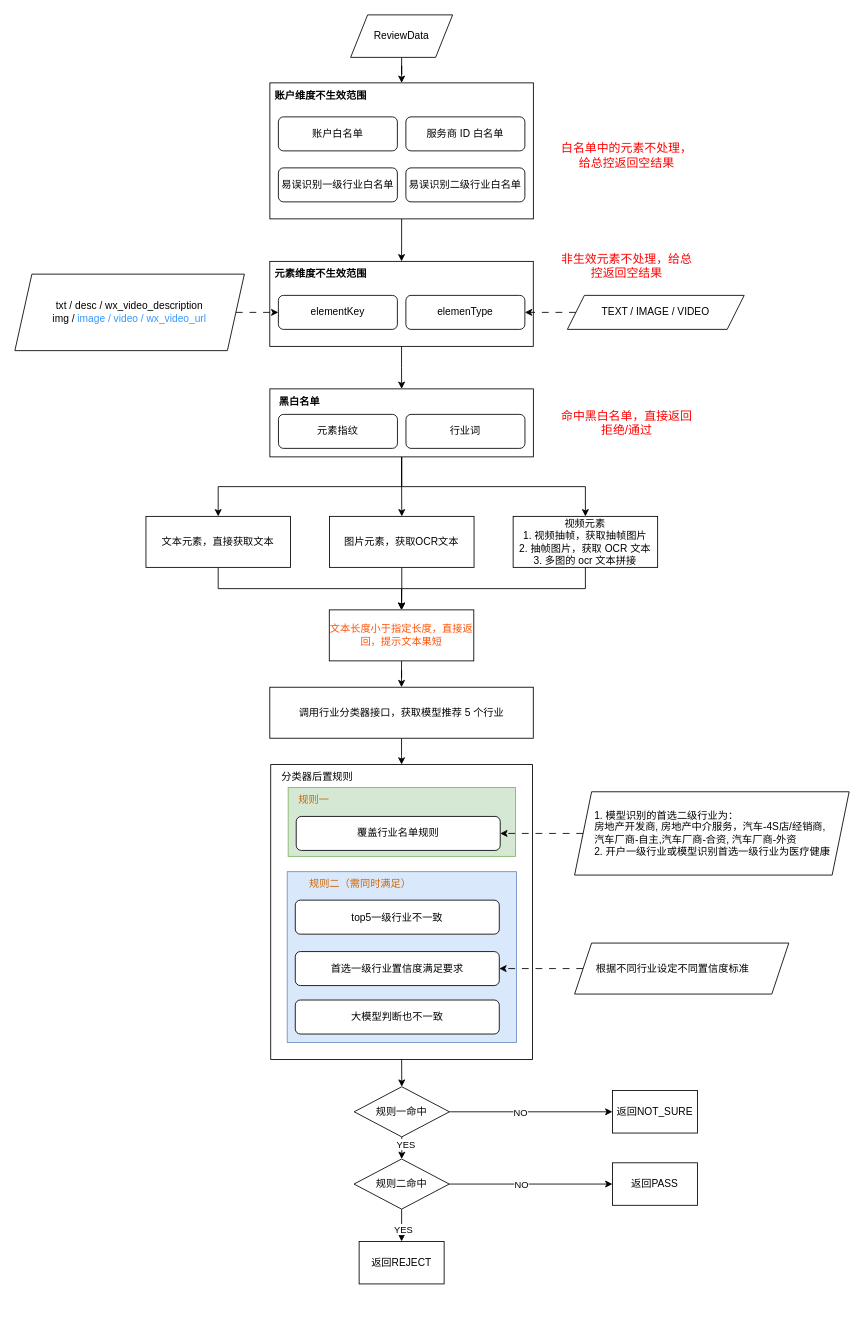
IntronCheng/mydraw keeps this draw.io diagram as review/行业一致性适配3.0-V2.drawio. Above is the earlier version. Source tidied: cells renumbered, new cells numbered last; positions are measured from the earlier drawing's top-left corner, leaving out a move shared by most shapes. Both pictures are drawn from the tidied source at 85%, with x=0, y=0 at pixel (14, 14).
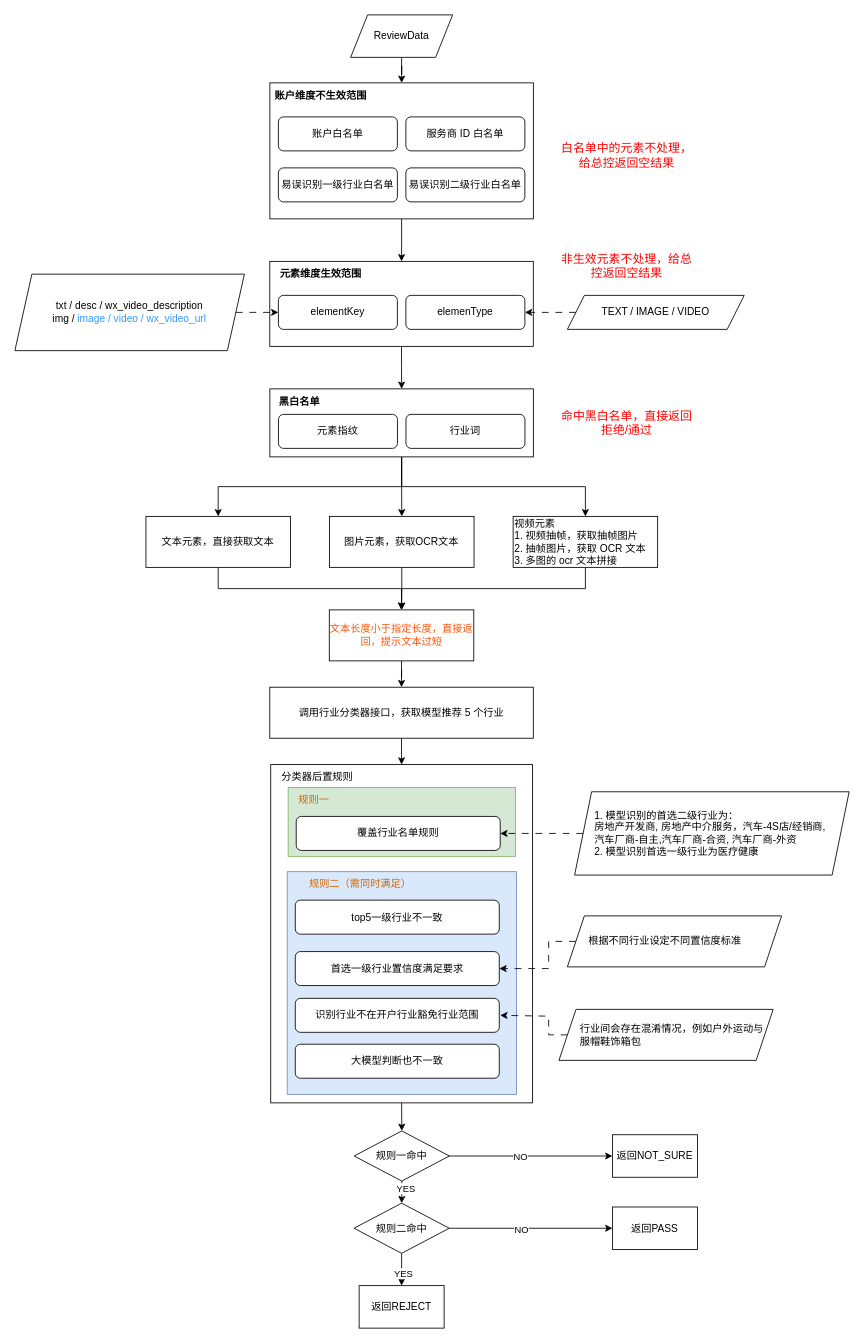
After the change.

Commit message:
更新行业一致性适配3.0-V2.drawio

The change refers to these unchanged cells:
```xml
<mxCell id="23" value="首选一级行业置信度满足要求" style="rounded=1;whiteSpace=wrap;html=1;" parent="1" vertex="1">
  <mxGeometry x="329.9" y="1102" width="240" height="40" as="geometry" />
</mxCell>
```

Change to the diagram source:
```diff
@@
     <mxCell id="13" style="edgeStyle=orthogonalEdgeStyle;rounded=0;jettySize=auto;html=1;exitX=0.5;exitY=1;exitDx=0;exitDy=0;entryX=0.5;entryY=0;entryDx=0;entryDy=0;" parent="1" edge="1" target="34">
       <mxGeometry relative="1" as="geometry">
-        <mxPoint x="455" y="1228" as="sourcePoint" />
+        <mxPoint x="455" y="1280" as="sourcePoint" />
       </mxGeometry>
     </mxCell>
     <mxCell id="14" style="rounded=0;whiteSpace=wrap;html=1;" parent="1" vertex="1">
-      <mxGeometry x="301" y="882" width="308" height="347" as="geometry" />
+      <mxGeometry x="301" y="882" width="308" height="398" as="geometry" />
     </mxCell>
@@
     <mxCell id="18" value="返回PASS" style="rounded=0;whiteSpace=wrap;html=1;" parent="1" vertex="1">
-      <mxGeometry x="703" y="1350.5" width="100" height="50" as="geometry" />
+      <mxGeometry x="703" y="1402.5" width="100" height="50" as="geometry" />
     </mxCell>
@@
     <mxCell id="22" style="rounded=0;whiteSpace=wrap;html=1;fillColor=#dae8fc;strokeColor=#6c8ebf;" parent="1" vertex="1">
-      <mxGeometry x="320.4" y="1008" width="269.8" height="201" as="geometry" />
+      <mxGeometry x="320.4" y="1008" width="269.8" height="262" as="geometry" />
     </mxCell>
@@
     <mxCell id="26" style="edgeStyle=orthogonalEdgeStyle;rounded=0;jettySize=auto;html=1;dashed=1;dashPattern=8 8;" parent="1" edge="1" source="27" target="23">
-      <mxGeometry relative="1" as="geometry" />
+      <mxGeometry relative="1" as="geometry">
+        <Array as="points">
+          <mxPoint x="628" y="1090" />
+          <mxPoint x="628" y="1122" />
+        </Array>
+      </mxGeometry>
     </mxCell>
     <mxCell id="27" value="根据不同行业设定不同置信度标准" style="shape=parallelogram;perimeter=parallelogramPerimeter;whiteSpace=wrap;html=1;fixedSize=1;align=left;spacingLeft=23;" parent="1" vertex="1">
-      <mxGeometry x="658.5" y="1092" width="252" height="60" as="geometry" />
+      <mxGeometry x="650" y="1060" width="252" height="60" as="geometry" />
     </mxCell>
     <mxCell id="28" value="返回REJECT" style="rounded=0;whiteSpace=wrap;html=1;" parent="1" vertex="1">
-      <mxGeometry x="405" y="1443" width="100" height="50" as="geometry" />
+      <mxGeometry x="405" y="1495" width="100" height="50" as="geometry" />
     </mxCell>
     <mxCell id="29" value="返回NOT_SURE" style="rounded=0;whiteSpace=wrap;html=1;" parent="1" vertex="1">
-      <mxGeometry x="703" y="1265.5" width="100" height="50" as="geometry" />
+      <mxGeometry x="703" y="1317.5" width="100" height="50" as="geometry" />
     </mxCell>
@@
     <mxCell id="34" value="规则一命中" style="rhombus;whiteSpace=wrap;html=1;" parent="1" vertex="1">
-      <mxGeometry x="399.2" y="1261" width="112" height="59" as="geometry" />
+      <mxGeometry x="399.2" y="1313" width="112" height="59" as="geometry" />
     </mxCell>
@@
     <mxCell id="39" value="规则二命中" style="rhombus;whiteSpace=wrap;html=1;" parent="1" vertex="1">
-      <mxGeometry x="399" y="1346" width="112" height="59" as="geometry" />
+      <mxGeometry x="399" y="1398" width="112" height="59" as="geometry" />
     </mxCell>
@@
-    <mxCell id="43" value="元素维度不生效范围" style="text;html=1;align=center;verticalAlign=middle;whiteSpace=wrap;rounded=0;fontStyle=1;" parent="1" vertex="1">
+    <mxCell id="43" value="元素维度生效范围" style="text;html=1;align=center;verticalAlign=middle;whiteSpace=wrap;rounded=0;fontStyle=1;" parent="1" vertex="1">
       <mxGeometry x="300" y="290" width="120" height="30" as="geometry" />
     </mxCell>
@@
-    <mxCell id="59" value="1. 模型识别的首选二级行业为：&lt;div&gt;房地产开发商, 房地产中介服务，&lt;span style=&quot;background-color: initial;&quot;&gt;汽车-4S店/经销商, 汽车厂商-自主,&lt;/span&gt;&lt;span style=&quot;background-color: initial;&quot;&gt;汽车厂商-合资, 汽车厂商-外资&lt;/span&gt;&lt;/div&gt;&lt;div&gt;2. 开户一级行业或&lt;span style=&quot;background-color: initial;&quot;&gt;模型识别首选一级行业为&lt;/span&gt;&lt;span style=&quot;background-color: initial;&quot;&gt;医疗健康&lt;/span&gt;&lt;/div&gt;" style="text;html=1;align=left;verticalAlign=middle;whiteSpace=wrap;rounded=0;" parent="1" vertex="1">
+    <mxCell id="59" value="1. 模型识别的首选二级行业为：&lt;div&gt;房地产开发商, 房地产中介服务，&lt;span style=&quot;background-color: initial;&quot;&gt;汽车-4S店/经销商, 汽车厂商-自主,&lt;/span&gt;&lt;span style=&quot;background-color: initial;&quot;&gt;汽车厂商-合资, 汽车厂商-外资&lt;/span&gt;&lt;/div&gt;&lt;div&gt;2. &lt;span style=&quot;background-color: initial;&quot;&gt;模型识别首选一级行业为&lt;/span&gt;&lt;span style=&quot;background-color: initial;&quot;&gt;医疗健康&lt;/span&gt;&lt;/div&gt;" style="text;html=1;align=left;verticalAlign=middle;whiteSpace=wrap;rounded=0;" parent="1" vertex="1">
       <mxGeometry x="680" y="923" width="280" height="80" as="geometry" />
     </mxCell>
@@
-    <mxCell id="65" value="视频元素&lt;div&gt;1. 视频抽帧，获取抽帧图片&lt;/div&gt;&lt;div&gt;2. 抽帧图片，获取 OCR 文本&lt;/div&gt;&lt;div&gt;3. 多图的 ocr 文本拼接&lt;/div&gt;" style="rounded=0;whiteSpace=wrap;html=1;" parent="1" vertex="1">
+    <mxCell id="65" value="视频元素&lt;div&gt;1. 视频抽帧，获取抽帧图片&lt;/div&gt;&lt;div&gt;2. 抽帧图片，获取 OCR 文本&lt;/div&gt;&lt;div&gt;3. 多图的 ocr 文本拼接&lt;/div&gt;" style="rounded=0;whiteSpace=wrap;html=1;align=left;" parent="1" vertex="1">
       <mxGeometry x="586.2" y="590" width="170" height="60" as="geometry" />
     </mxCell>
@@
-    <mxCell id="67" value="&lt;font color=&quot;#ff5005&quot;&gt;文本长度小于指定长度，直接返回，提示文本果短&lt;/font&gt;" style="rounded=0;whiteSpace=wrap;html=1;" parent="1" vertex="1">
+    <mxCell id="67" value="&lt;font color=&quot;#ff5005&quot;&gt;文本长度小于指定长度，直接返回，提示文本过短&lt;/font&gt;" style="rounded=0;whiteSpace=wrap;html=1;" parent="1" vertex="1">
       <mxGeometry x="369.9" y="700" width="170" height="60" as="geometry" />
     </mxCell>
     <mxCell id="68" value="大模型判断也不一致" style="rounded=1;whiteSpace=wrap;html=1;" parent="1" vertex="1">
-      <mxGeometry x="329.9" y="1159" width="240" height="40" as="geometry" />
+      <mxGeometry x="329.9" y="1211" width="240" height="40" as="geometry" />
     </mxCell>
+    <mxCell id="69" value="识别行业不在开户行业豁免行业范围" style="rounded=1;whiteSpace=wrap;html=1;" parent="1" vertex="1">
+      <mxGeometry x="329.9" y="1157" width="240" height="40" as="geometry" />
+    </mxCell>
+    <mxCell id="70" style="edgeStyle=orthogonalEdgeStyle;rounded=0;jettySize=auto;html=1;dashed=1;dashPattern=8 8;" parent="1" edge="1" source="71">
+      <mxGeometry relative="1" as="geometry">
+        <mxPoint x="571" y="1177" as="targetPoint" />
+        <Array as="points">
+          <mxPoint x="628" y="1200" />
+          <mxPoint x="628" y="1178" />
+        </Array>
+      </mxGeometry>
+    </mxCell>
+    <mxCell id="71" value="行业间会存在混淆情况，例如户外运动与服帽鞋饰箱包" style="shape=parallelogram;perimeter=parallelogramPerimeter;whiteSpace=wrap;html=1;fixedSize=1;align=left;spacingLeft=23;" parent="1" vertex="1">
+      <mxGeometry x="640.1" y="1170" width="252" height="60" as="geometry" />
+    </mxCell>
```
